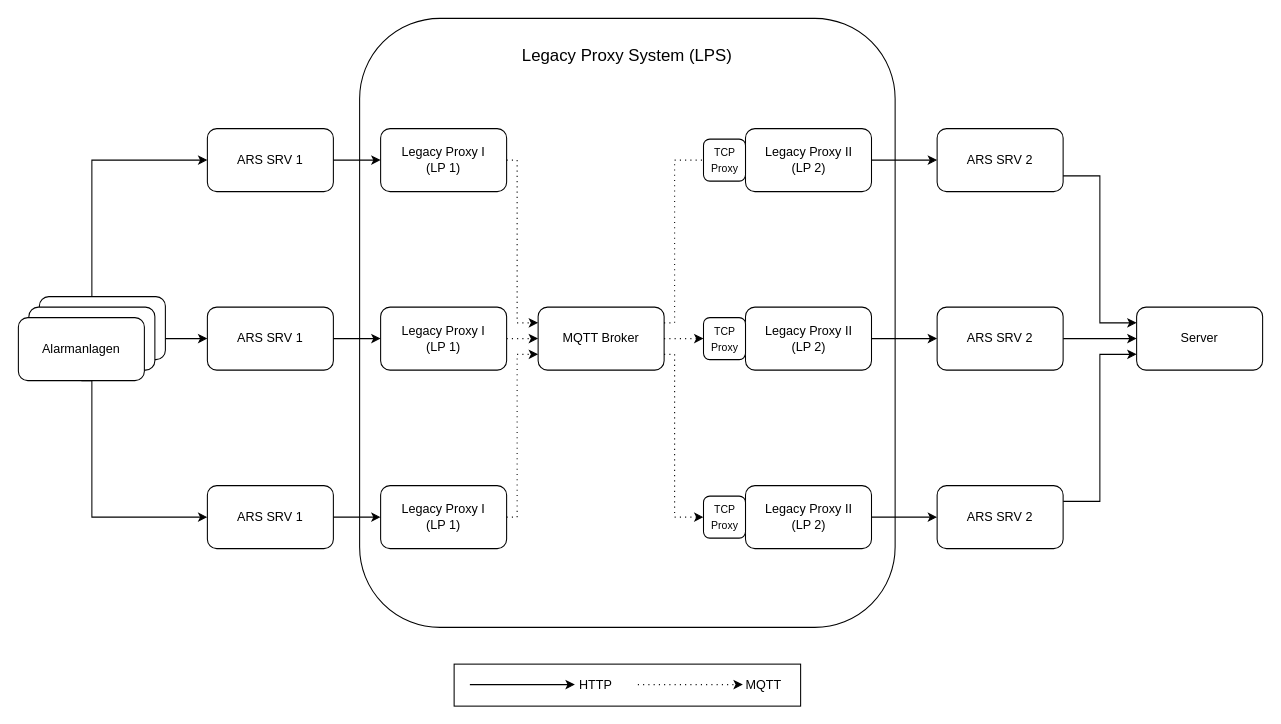
This is drawio/exp_lps.drawio from JadKHaddad/MT, a draw.io file, before an edit. Source tidied: cells renumbered, new cells numbered last; positions are measured from the earlier drawing's top-left corner, leaving out a move shared by most shapes. Both pictures are drawn from the tidied source at 105%, with x=0, y=0 at pixel (18, 18).
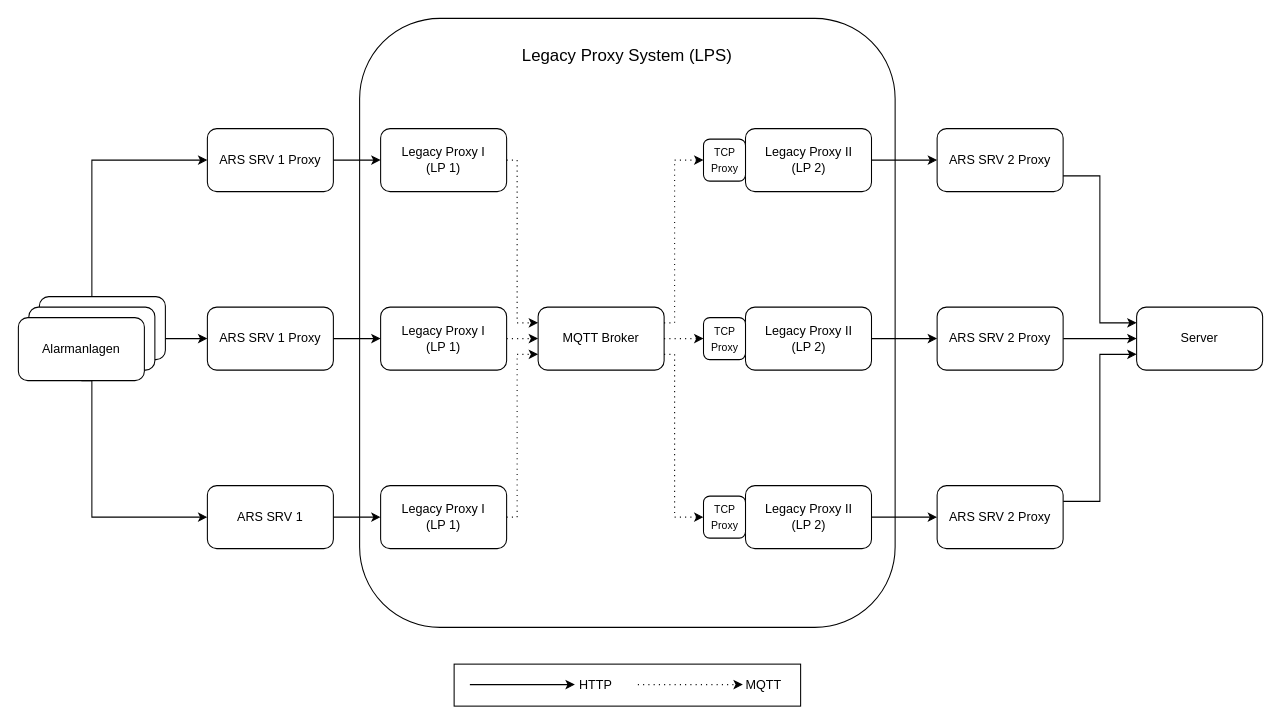
After the change.

Commit message (it also covers changes not shown here):
fix lps exp drawio

The change refers to these unchanged cells:
```xml
<mxCell id="27" value="MQTT Broker" style="rounded=1;whiteSpace=wrap;html=1;" parent="1" vertex="1">
  <mxGeometry x="495" y="275" width="120" height="60" as="geometry" />
</mxCell>
<mxCell id="41" value="&lt;span style=&quot;font-size: 10px;&quot;&gt;TCP Proxy&lt;/span&gt;" style="rounded=1;whiteSpace=wrap;html=1;" parent="1" vertex="1">
  <mxGeometry x="652.5" y="115" width="40" height="40" as="geometry" />
</mxCell>
```

The edit, as a diff of the source:
```diff
@@
-    <mxCell id="8" value="ARS SRV 1" style="rounded=1;whiteSpace=wrap;html=1;" parent="1" vertex="1">
+    <mxCell id="8" value="ARS SRV 1 Proxy" style="rounded=1;whiteSpace=wrap;html=1;" parent="1" vertex="1">
       <mxGeometry x="180" y="105" width="120" height="60" as="geometry" />
     </mxCell>
-    <mxCell id="9" value="ARS SRV 2" style="rounded=1;whiteSpace=wrap;html=1;" parent="1" vertex="1">
+    <mxCell id="9" value="ARS SRV 2 Proxy" style="rounded=1;whiteSpace=wrap;html=1;" parent="1" vertex="1">
       <mxGeometry x="875" y="105" width="120" height="60" as="geometry" />
     </mxCell>
@@
-    <mxCell id="13" value="ARS SRV 2" style="rounded=1;whiteSpace=wrap;html=1;" parent="1" vertex="1">
+    <mxCell id="13" value="ARS SRV 2 Proxy" style="rounded=1;whiteSpace=wrap;html=1;" parent="1" vertex="1">
       <mxGeometry x="875" y="445" width="120" height="60" as="geometry" />
     </mxCell>
-    <mxCell id="14" value="ARS SRV 1" style="rounded=1;whiteSpace=wrap;html=1;" parent="1" vertex="1">
+    <mxCell id="14" value="ARS SRV 1 Proxy" style="rounded=1;whiteSpace=wrap;html=1;" parent="1" vertex="1">
       <mxGeometry x="180" y="275" width="120" height="60" as="geometry" />
     </mxCell>
@@
-    <mxCell id="16" value="ARS SRV 2" style="rounded=1;whiteSpace=wrap;html=1;" parent="1" vertex="1">
+    <mxCell id="16" value="ARS SRV 2 Proxy" style="rounded=1;whiteSpace=wrap;html=1;" parent="1" vertex="1">
       <mxGeometry x="875" y="275" width="120" height="60" as="geometry" />
     </mxCell>
@@
     <mxCell id="38" style="edgeStyle=orthogonalEdgeStyle;rounded=0;jettySize=auto;html=1;exitX=1;exitY=0.25;exitDx=0;exitDy=0;entryX=0;entryY=0.5;entryDx=0;entryDy=0;dashed=1;dashPattern=1 4;" parent="1" edge="1" source="27" target="41">
       <mxGeometry relative="1" as="geometry">
         <Array as="points">
           <mxPoint x="625" y="290" />
           <mxPoint x="625" y="135" />
-          <mxPoint x="675" y="135" />
         </Array>
       </mxGeometry>
     </mxCell>
```
